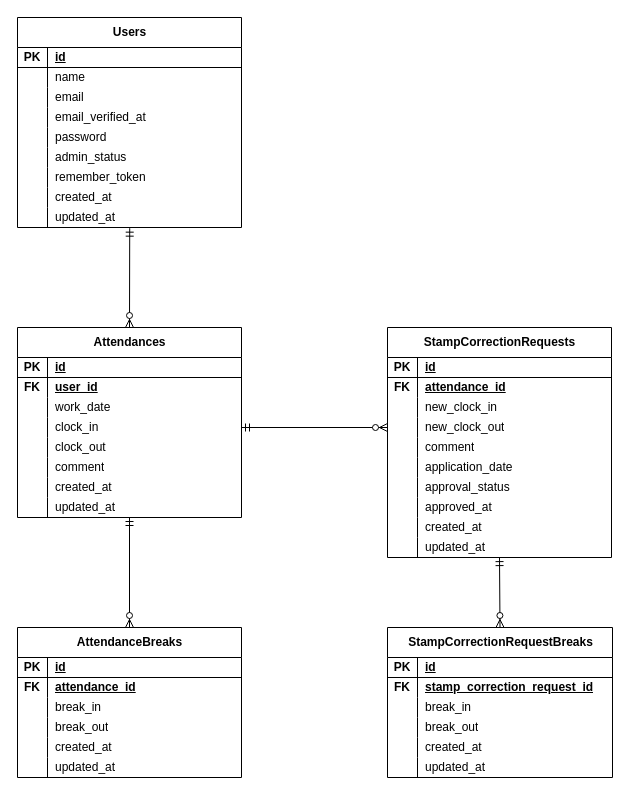
This is er.drawio from kuboyuina0601/attendance-app, a draw.io file, before an edit. Source tidied: cells renumbered, new cells numbered last; positions are measured from the earlier drawing's top-left corner, leaving out a move shared by most shapes. Both pictures are drawn from the tidied source at 100%, with x=0, y=0 at pixel (17, 17).
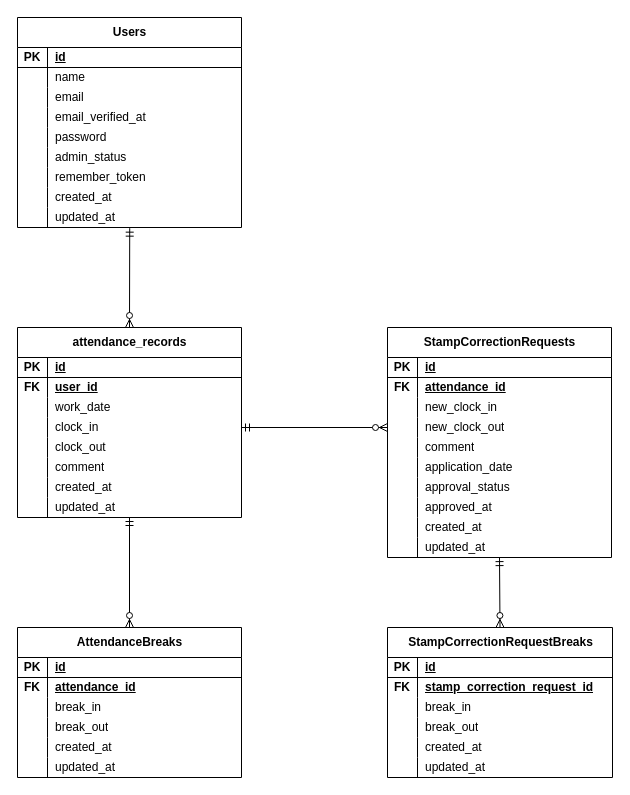
After the change.

Diff of the diagram source:
```diff
@@
-    <mxCell id="30" value="Attendances" style="shape=table;startSize=30;childLayout=tableLayout;rowLines=0;fontStyle=1;align=center;html=1;" parent="1" vertex="1">
+    <mxCell id="30" value="attendance_records" style="shape=table;startSize=30;childLayout=tableLayout;rowLines=0;fontStyle=1;align=center;html=1;" parent="1" vertex="1">
       <mxGeometry y="310" width="224" height="190" as="geometry" />
     </mxCell>
```
